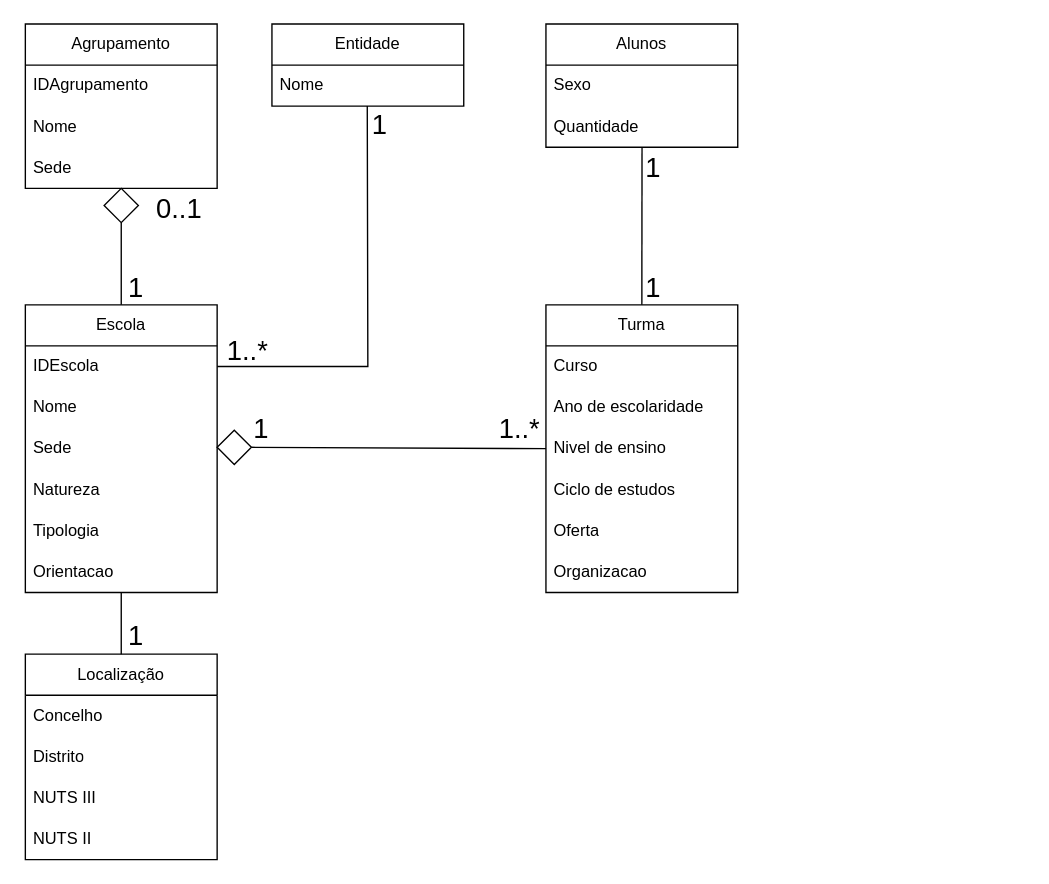
Above: page "Com Localização" (3 of 5) of UML1.drawio in damaral31/Portuguese-School-System-DB-Modeling (draw.io), before the change. Source tidied: cells renumbered, new cells numbered last; positions are measured from the earlier drawing's top-left corner, leaving out a move shared by most shapes. Both pictures are drawn from the tidied source at 137%, with x=0, y=0 at pixel (25, 23).
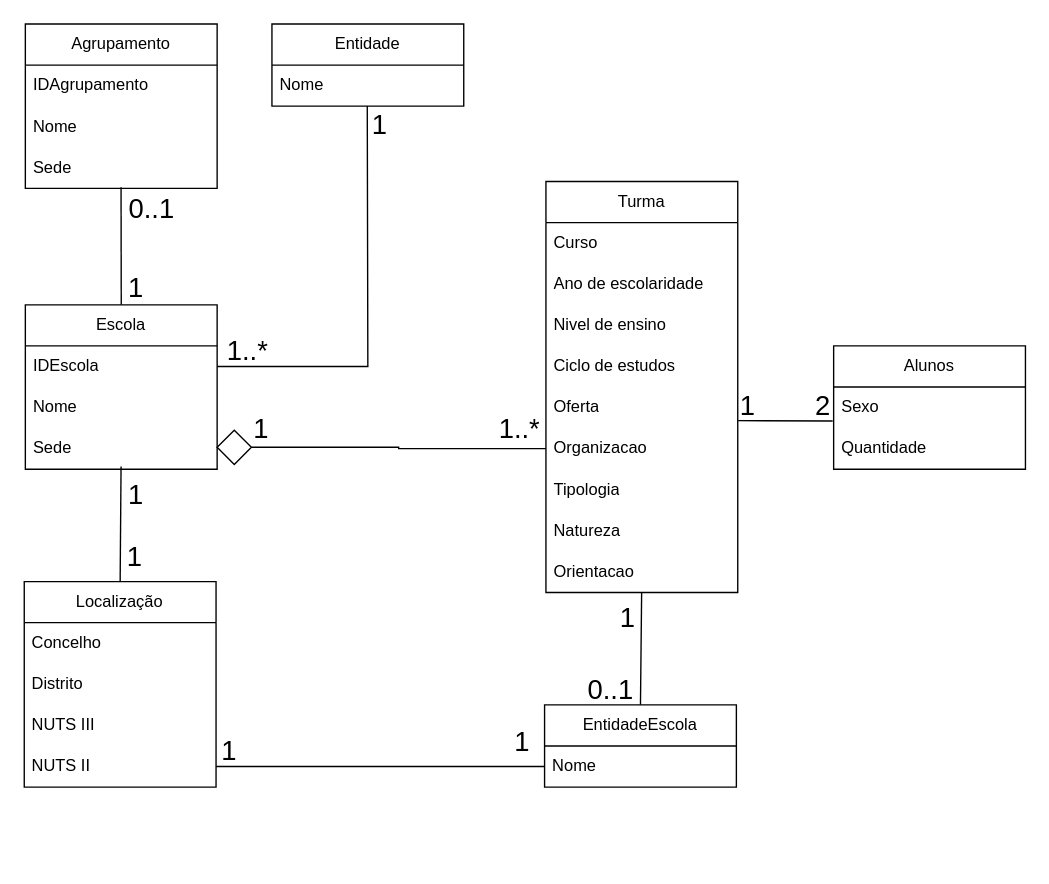
After the change.

The change refers to these unchanged cells:
```xml
<mxCell id="5" value="Sede" style="text;strokeColor=none;fillColor=none;align=left;verticalAlign=middle;spacingLeft=4;spacingRight=4;overflow=hidden;points=[[0,0.5],[1,0.5]];portConstraint=eastwest;whiteSpace=wrap;html=1;" parent="2" vertex="1">
  <mxGeometry y="90" width="140" height="30" as="geometry" />
</mxCell>
<mxCell id="12" value="Sede" style="text;strokeColor=none;fillColor=none;align=left;verticalAlign=middle;spacingLeft=4;spacingRight=4;overflow=hidden;points=[[0,0.5],[1,0.5]];portConstraint=eastwest;whiteSpace=wrap;html=1;" parent="9" vertex="1">
  <mxGeometry y="90" width="140" height="30" as="geometry" />
</mxCell>
<mxCell id="19" value="Nivel de ensino" style="text;strokeColor=none;fillColor=none;align=left;verticalAlign=middle;spacingLeft=4;spacingRight=4;overflow=hidden;points=[[0,0.5],[1,0.5]];portConstraint=eastwest;whiteSpace=wrap;html=1;" parent="16" vertex="1">
  <mxGeometry y="90" width="140" height="30" as="geometry" />
</mxCell>
<mxCell id="21" value="Oferta" style="text;strokeColor=none;fillColor=none;align=left;verticalAlign=middle;spacingLeft=4;spacingRight=4;overflow=hidden;points=[[0,0.5],[1,0.5]];portConstraint=eastwest;whiteSpace=wrap;html=1;" parent="16" vertex="1">
  <mxGeometry y="150" width="140" height="30" as="geometry" />
</mxCell>
<mxCell id="22" value="Organizacao" style="text;strokeColor=none;fillColor=none;align=left;verticalAlign=middle;spacingLeft=4;spacingRight=4;overflow=hidden;points=[[0,0.5],[1,0.5]];portConstraint=eastwest;whiteSpace=wrap;html=1;" parent="16" vertex="1">
  <mxGeometry y="180" width="140" height="30" as="geometry" />
</mxCell>
<mxCell id="24" value="Sexo" style="text;strokeColor=none;fillColor=none;align=left;verticalAlign=middle;spacingLeft=4;spacingRight=4;overflow=hidden;points=[[0,0.5],[1,0.5]];portConstraint=eastwest;whiteSpace=wrap;html=1;" parent="23" vertex="1">
  <mxGeometry y="30" width="140" height="30" as="geometry" />
</mxCell>
<mxCell id="25" value="Quantidade" style="text;strokeColor=none;fillColor=none;align=left;verticalAlign=middle;spacingLeft=4;spacingRight=4;overflow=hidden;points=[[0,0.5],[1,0.5]];portConstraint=eastwest;whiteSpace=wrap;html=1;" parent="23" vertex="1">
  <mxGeometry y="60" width="140" height="30" as="geometry" />
</mxCell>
<mxCell id="26" style="rhombus;whiteSpace=wrap;html=1;" parent="1" vertex="1">
  <mxGeometry x="140" y="296.5" width="25" height="25" as="geometry" />
</mxCell>
<mxCell id="40" value="NUTS II" style="text;strokeColor=none;fillColor=none;align=left;verticalAlign=middle;spacingLeft=4;spacingRight=4;overflow=hidden;points=[[0,0.5],[1,0.5]];portConstraint=eastwest;whiteSpace=wrap;html=1;" parent="36" vertex="1">
  <mxGeometry y="120" width="140" height="30" as="geometry" />
</mxCell>
```

What changed in the source:
```diff
@@
     <mxCell id="2" value="Escola" style="swimlane;fontStyle=0;horizontal=1;startSize=30;whiteSpace=wrap;html=1;" parent="1" vertex="1">
-      <mxGeometry y="205" width="140" height="210" as="geometry" />
+      <mxGeometry y="205" width="140" height="120" as="geometry" />
     </mxCell>
@@
-    <mxCell id="6" value="Natureza" style="text;strokeColor=none;fillColor=none;align=left;verticalAlign=middle;spacingLeft=4;spacingRight=4;overflow=hidden;whiteSpace=wrap;html=1;" parent="2" vertex="1">
-      <mxGeometry y="120" width="140" height="30" as="geometry" />
-    </mxCell>
-    <mxCell id="7" value="Tipologia" style="text;strokeColor=none;fillColor=none;align=left;verticalAlign=middle;spacingLeft=4;spacingRight=4;overflow=hidden;whiteSpace=wrap;html=1;" parent="2" vertex="1">
-      <mxGeometry y="150" width="140" height="30" as="geometry" />
-    </mxCell>
-    <mxCell id="8" value="Orientacao" style="text;strokeColor=none;fillColor=none;align=left;verticalAlign=middle;spacingLeft=4;spacingRight=4;overflow=hidden;points=[[0,0.5],[1,0.5]];portConstraint=eastwest;whiteSpace=wrap;html=1;" parent="2" vertex="1">
-      <mxGeometry y="180" width="140" height="30" as="geometry" />
-    </mxCell>
@@
     <mxCell id="13" value="&lt;font style=&quot;font-size: 20px;&quot;&gt;0..1&lt;/font&gt;" style="text;html=1;align=center;verticalAlign=middle;whiteSpace=wrap;rounded=0;fontSize=30;" parent="1" vertex="1">
-      <mxGeometry x="91" y="116" width="43" height="30" as="geometry" />
+      <mxGeometry x="71" y="116" width="43" height="30" as="geometry" />
     </mxCell>
@@
     <mxCell id="16" value="Turma" style="swimlane;fontStyle=0;horizontal=1;startSize=30;whiteSpace=wrap;html=1;" parent="1" vertex="1">
-      <mxGeometry x="380" y="205" width="140" height="210" as="geometry" />
+      <mxGeometry x="380" y="115" width="140" height="300" as="geometry" />
     </mxCell>
@@
+    <mxCell id="7" value="Tipologia" style="text;strokeColor=none;fillColor=none;align=left;verticalAlign=middle;spacingLeft=4;spacingRight=4;overflow=hidden;whiteSpace=wrap;html=1;" parent="16" vertex="1">
+      <mxGeometry y="210" width="140" height="30" as="geometry" />
+    </mxCell>
+    <mxCell id="6" value="Natureza" style="text;strokeColor=none;fillColor=none;align=left;verticalAlign=middle;spacingLeft=4;spacingRight=4;overflow=hidden;whiteSpace=wrap;html=1;" parent="16" vertex="1">
+      <mxGeometry y="240" width="140" height="30" as="geometry" />
+    </mxCell>
+    <mxCell id="8" value="Orientacao" style="text;strokeColor=none;fillColor=none;align=left;verticalAlign=middle;spacingLeft=4;spacingRight=4;overflow=hidden;points=[[0,0.5],[1,0.5]];portConstraint=eastwest;whiteSpace=wrap;html=1;" parent="16" vertex="1">
+      <mxGeometry y="270" width="140" height="30" as="geometry" />
+    </mxCell>
     <mxCell id="23" value="Alunos" style="swimlane;fontStyle=0;horizontal=1;startSize=30;whiteSpace=wrap;html=1;" parent="1" vertex="1">
-      <mxGeometry x="380" width="140" height="90" as="geometry" />
+      <mxGeometry x="590" y="235" width="140" height="90" as="geometry" />
     </mxCell>
@@
+    <mxCell id="46" style="edgeStyle=orthogonalEdgeStyle;rounded=0;jettySize=auto;html=1;exitX=1;exitY=0.5;exitDx=0;exitDy=0;entryX=0;entryY=0.5;entryDx=0;entryDy=0;strokeColor=default;strokeWidth=1;endArrow=none;endFill=0;" parent="1" edge="1" source="26" target="22">
+      <mxGeometry relative="1" as="geometry" />
+    </mxCell>
@@
     <mxCell id="28" value="&lt;span style=&quot;font-size: 20px;&quot;&gt;1&lt;/span&gt;" style="text;html=1;align=center;verticalAlign=middle;whiteSpace=wrap;rounded=0;fontSize=30;" parent="1" vertex="1">
-      <mxGeometry x="451" y="174" width="15" height="30" as="geometry" />
+      <mxGeometry x="520" y="260" width="15" height="30" as="geometry" />
     </mxCell>
-    <mxCell id="29" value="&lt;span style=&quot;font-size: 20px;&quot;&gt;1&lt;/span&gt;" style="text;html=1;align=center;verticalAlign=middle;whiteSpace=wrap;rounded=0;fontSize=30;" parent="1" vertex="1">
-      <mxGeometry x="451" y="86" width="15" height="30" as="geometry" />
+    <mxCell id="29" value="&lt;span style=&quot;font-size: 20px;&quot;&gt;2&lt;/span&gt;" style="text;html=1;align=center;verticalAlign=middle;whiteSpace=wrap;rounded=0;fontSize=30;" parent="1" vertex="1">
+      <mxGeometry x="575" y="260" width="15" height="30" as="geometry" />
     </mxCell>
@@
-    <mxCell id="32" style="endArrow=none;html=1;rounded=0;entryX=0.501;entryY=1.014;entryDx=0;entryDy=0;entryPerimeter=0;exitX=0.5;exitY=0;exitDx=0;exitDy=0;" parent="1" edge="1" source="16" target="25">
-      <mxGeometry relative="1" as="geometry" />
-    </mxCell>
-    <mxCell id="33" style="endArrow=none;html=1;rounded=0;entryX=0;entryY=0.5;entryDx=0;entryDy=0;exitX=1;exitY=0.5;exitDx=0;exitDy=0;" parent="1" edge="1" source="26" target="19">
-      <mxGeometry relative="1" as="geometry" />
-    </mxCell>
@@
     <mxCell id="36" value="Localização" style="swimlane;fontStyle=0;horizontal=1;startSize=30;whiteSpace=wrap;html=1;" parent="1" vertex="1">
-      <mxGeometry y="460" width="140" height="150" as="geometry" />
+      <mxGeometry x="-0.8" y="407" width="140" height="150" as="geometry" />
     </mxCell>
@@
     <mxCell id="41" value="&lt;font style=&quot;font-size: 20px;&quot;&gt;1&lt;/font&gt;" style="text;html=1;align=center;verticalAlign=middle;whiteSpace=wrap;rounded=0;fontSize=30;" parent="1" vertex="1">
-      <mxGeometry x="71" y="428" width="20" height="30" as="geometry" />
+      <mxGeometry x="70.2" y="370" width="20" height="30" as="geometry" />
     </mxCell>
-    <mxCell id="42" style="endArrow=none;html=1;rounded=0;entryX=0.5;entryY=0;entryDx=0;entryDy=0;" parent="1" edge="1" source="8" target="36">
+    <mxCell id="42" style="endArrow=none;html=1;rounded=0;entryX=0.5;entryY=0;entryDx=0;entryDy=0;exitX=0.499;exitY=0.936;exitDx=0;exitDy=0;exitPerimeter=0;" parent="1" edge="1" source="5" target="36">
       <mxGeometry relative="1" as="geometry" />
     </mxCell>
-    <mxCell id="43" style="rhombus;whiteSpace=wrap;html=1;" parent="1" vertex="1">
-      <mxGeometry x="57.5" y="120" width="25" height="25" as="geometry" />
-    </mxCell>
-    <mxCell id="44" style="endArrow=none;html=1;rounded=0;exitX=0.5;exitY=1;exitDx=0;exitDy=0;entryX=0.5;entryY=0;entryDx=0;entryDy=0;" parent="1" edge="1" source="43" target="2">
+    <mxCell id="44" style="endArrow=none;html=1;rounded=0;exitX=0.499;exitY=0.974;exitDx=0;exitDy=0;entryX=0.5;entryY=0;entryDx=0;entryDy=0;exitPerimeter=0;" parent="1" edge="1" source="12" target="2">
       <mxGeometry relative="1" as="geometry" />
     </mxCell>
@@
+    <mxCell id="47" style="endArrow=none;html=1;rounded=0;entryX=-0.005;entryY=0.828;entryDx=0;entryDy=0;entryPerimeter=0;exitX=1.002;exitY=0.817;exitDx=0;exitDy=0;exitPerimeter=0;" parent="1" edge="1" source="21" target="24">
+      <mxGeometry relative="1" as="geometry" />
+    </mxCell>
+    <mxCell id="48" value="EntidadeEscola" style="swimlane;fontStyle=0;horizontal=1;startSize=30;whiteSpace=wrap;html=1;" parent="1" vertex="1">
+      <mxGeometry x="379" y="497" width="140" height="60" as="geometry" />
+    </mxCell>
+    <mxCell id="49" value="Nome" style="text;strokeColor=none;fillColor=none;align=left;verticalAlign=middle;spacingLeft=4;spacingRight=4;overflow=hidden;points=[[0,0.5],[1,0.5]];portConstraint=eastwest;whiteSpace=wrap;html=1;" parent="48" vertex="1">
+      <mxGeometry y="30" width="140" height="30" as="geometry" />
+    </mxCell>
+    <mxCell id="50" style="endArrow=none;html=1;rounded=0;exitX=0.5;exitY=0;exitDx=0;exitDy=0;" parent="1" edge="1" source="48" target="8">
+      <mxGeometry relative="1" as="geometry" />
+    </mxCell>
+    <mxCell id="51" value="&lt;font style=&quot;font-size: 20px;&quot;&gt;1&lt;/font&gt;" style="text;html=1;align=center;verticalAlign=middle;whiteSpace=wrap;rounded=0;fontSize=30;" parent="1" vertex="1">
+      <mxGeometry x="71" y="325" width="20" height="30" as="geometry" />
+    </mxCell>
+    <mxCell id="52" value="&lt;font style=&quot;font-size: 20px;&quot;&gt;1&lt;/font&gt;" style="text;html=1;align=center;verticalAlign=middle;whiteSpace=wrap;rounded=0;fontSize=30;" parent="1" vertex="1">
+      <mxGeometry x="139.2" y="512" width="20" height="30" as="geometry" />
+    </mxCell>
+    <mxCell id="53" value="&lt;font style=&quot;font-size: 20px;&quot;&gt;1&lt;/font&gt;" style="text;html=1;align=center;verticalAlign=middle;whiteSpace=wrap;rounded=0;fontSize=30;" parent="1" vertex="1">
+      <mxGeometry x="353" y="505" width="20" height="30" as="geometry" />
+    </mxCell>
+    <mxCell id="54" value="&lt;font style=&quot;font-size: 20px;&quot;&gt;0..1&lt;/font&gt;" style="text;html=1;align=center;verticalAlign=middle;whiteSpace=wrap;rounded=0;fontSize=30;" parent="1" vertex="1">
+      <mxGeometry x="406" y="467" width="43" height="30" as="geometry" />
+    </mxCell>
+    <mxCell id="55" value="&lt;font style=&quot;font-size: 20px;&quot;&gt;1&lt;/font&gt;" style="text;html=1;align=center;verticalAlign=middle;whiteSpace=wrap;rounded=0;fontSize=30;" parent="1" vertex="1">
+      <mxGeometry x="430" y="415" width="20" height="30" as="geometry" />
+    </mxCell>
+    <mxCell id="56" style="edgeStyle=orthogonalEdgeStyle;rounded=0;jettySize=auto;html=1;exitX=0;exitY=0.5;exitDx=0;exitDy=0;entryX=1;entryY=0.5;entryDx=0;entryDy=0;endArrow=none;endFill=0;" parent="1" edge="1" source="49" target="40">
+      <mxGeometry relative="1" as="geometry" />
+    </mxCell>
```
